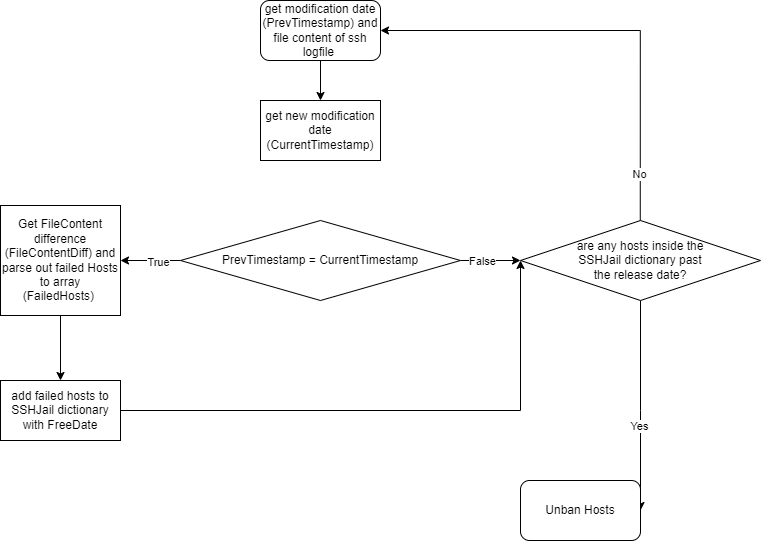
Before: imgs/flowchart.png, a diagram exported from draw.io (menaruben/Fail2Ban.py). Source tidied: cells renumbered, new cells last; positions are measured from the earlier drawing's top-left corner, leaving out a move shared by most shapes. Source of this version:
```xml
<mxGraphModel>
  <root>
    <mxCell id="0" />
    <mxCell id="1" parent="0" />
    <mxCell id="2" style="edgeStyle=orthogonalEdgeStyle;rounded=0;jettySize=auto;html=1;entryX=0.5;entryY=0;entryDx=0;entryDy=0;" parent="1" edge="1" source="3">
      <mxGeometry relative="1" as="geometry">
        <mxPoint x="320" y="100" as="targetPoint" />
      </mxGeometry>
    </mxCell>
    <mxCell id="3" value="get modification date (PrevTimestamp) and file content of ssh logfile&amp;nbsp;" style="rounded=1;whiteSpace=wrap;html=1;" parent="1" vertex="1">
      <mxGeometry x="260" width="120" height="60" as="geometry" />
    </mxCell>
    <mxCell id="4" value="get new modification date (CurrentTimestamp)" style="rounded=0;whiteSpace=wrap;html=1;" parent="1" vertex="1">
      <mxGeometry x="260" y="100" width="120" height="60" as="geometry" />
    </mxCell>
    <mxCell id="5" style="edgeStyle=orthogonalEdgeStyle;rounded=0;jettySize=auto;html=1;entryX=1;entryY=0.5;entryDx=0;entryDy=0;" parent="1" edge="1" source="9" target="11">
      <mxGeometry relative="1" as="geometry" />
    </mxCell>
    <mxCell id="6" value="True" style="edgeLabel;html=1;align=center;verticalAlign=middle;" parent="5" vertex="1">
      <mxGeometry x="-0.23" y="1" relative="1" as="geometry" />
    </mxCell>
    <mxCell id="7" style="edgeStyle=orthogonalEdgeStyle;rounded=0;jettySize=auto;html=1;entryX=0;entryY=0.5;entryDx=0;entryDy=0;" parent="1" edge="1" source="9">
      <mxGeometry relative="1" as="geometry">
        <mxPoint x="520" y="260" as="targetPoint" />
      </mxGeometry>
    </mxCell>
    <mxCell id="8" value="False" style="edgeLabel;html=1;align=center;verticalAlign=middle;" parent="7" vertex="1">
      <mxGeometry x="-0.31" relative="1" as="geometry" />
    </mxCell>
    <mxCell id="9" value="PrevTimestamp = CurrentTimestamp" style="rhombus;whiteSpace=wrap;html=1;" parent="1" vertex="1">
      <mxGeometry x="180" y="220" width="280" height="80" as="geometry" />
    </mxCell>
    <mxCell id="10" style="edgeStyle=orthogonalEdgeStyle;rounded=0;jettySize=auto;html=1;entryX=0.5;entryY=0;entryDx=0;entryDy=0;" parent="1" edge="1" source="11" target="19">
      <mxGeometry relative="1" as="geometry" />
    </mxCell>
    <mxCell id="11" value="Get FileContent difference (FileContentDiff) and parse out failed Hosts to array (FailedHosts)&amp;nbsp;" style="rounded=0;whiteSpace=wrap;html=1;" parent="1" vertex="1">
      <mxGeometry y="205" width="120" height="110" as="geometry" />
    </mxCell>
    <mxCell id="12" style="edgeStyle=orthogonalEdgeStyle;rounded=0;jettySize=auto;html=1;entryX=1;entryY=0.5;entryDx=0;entryDy=0;exitX=0.499;exitY=0.016;exitDx=0;exitDy=0;exitPerimeter=0;" parent="1" edge="1" source="16" target="3">
      <mxGeometry relative="1" as="geometry">
        <Array as="points">
          <mxPoint x="640" y="30" />
        </Array>
      </mxGeometry>
    </mxCell>
    <mxCell id="13" value="No" style="edgeLabel;html=1;align=center;verticalAlign=middle;" parent="12" vertex="1">
      <mxGeometry x="-0.79" y="1" relative="1" as="geometry" />
    </mxCell>
    <mxCell id="14" style="edgeStyle=orthogonalEdgeStyle;rounded=0;jettySize=auto;html=1;entryX=1;entryY=0.5;entryDx=0;entryDy=0;" parent="1" edge="1" source="16" target="17">
      <mxGeometry relative="1" as="geometry">
        <Array as="points">
          <mxPoint x="640" y="410" />
        </Array>
      </mxGeometry>
    </mxCell>
    <mxCell id="15" value="Yes" style="edgeLabel;html=1;align=center;verticalAlign=middle;" parent="14" vertex="1">
      <mxGeometry x="0.19" y="-2" relative="1" as="geometry" />
    </mxCell>
    <mxCell id="16" value="are any hosts inside the &lt;br&gt;SSHJail dictionary past &lt;br&gt;the release date?" style="rhombus;whiteSpace=wrap;html=1;" parent="1" vertex="1">
      <mxGeometry x="520" y="220" width="240" height="80" as="geometry" />
    </mxCell>
    <mxCell id="17" value="Unban Hosts" style="rounded=1;whiteSpace=wrap;html=1;" parent="1" vertex="1">
      <mxGeometry x="520" y="480" width="120" height="60" as="geometry" />
    </mxCell>
    <mxCell id="18" style="edgeStyle=orthogonalEdgeStyle;rounded=0;jettySize=auto;html=1;entryX=0;entryY=0.5;entryDx=0;entryDy=0;" parent="1" edge="1" source="19" target="16">
      <mxGeometry relative="1" as="geometry">
        <Array as="points">
          <mxPoint x="520" y="410" />
        </Array>
      </mxGeometry>
    </mxCell>
    <mxCell id="19" value="add failed hosts to SSHJail dictionary with FreeDate" style="rounded=0;whiteSpace=wrap;html=1;" parent="1" vertex="1">
      <mxGeometry y="380" width="120" height="60" as="geometry" />
    </mxCell>
  </root>
</mxGraphModel>
```
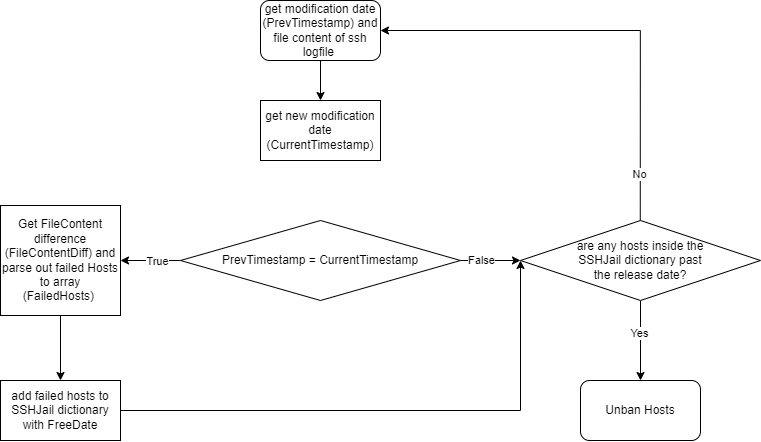
Above is the later version.

The edit, as a diff of the source:
```diff
@@ -46,21 +46,17 @@
     <mxCell id="13" value="No" style="edgeLabel;html=1;align=center;verticalAlign=middle;" parent="12" vertex="1">
       <mxGeometry x="-0.79" y="1" relative="1" as="geometry" />
     </mxCell>
-    <mxCell id="14" style="edgeStyle=orthogonalEdgeStyle;rounded=0;jettySize=auto;html=1;entryX=1;entryY=0.5;entryDx=0;entryDy=0;" parent="1" edge="1" source="16" target="17">
-      <mxGeometry relative="1" as="geometry">
-        <Array as="points">
-          <mxPoint x="640" y="410" />
-        </Array>
-      </mxGeometry>
+    <mxCell id="14" style="edgeStyle=orthogonalEdgeStyle;rounded=0;jettySize=auto;html=1;entryX=0.5;entryY=0;entryDx=0;entryDy=0;" parent="1" edge="1" source="16" target="17">
+      <mxGeometry relative="1" as="geometry" />
     </mxCell>
     <mxCell id="15" value="Yes" style="edgeLabel;html=1;align=center;verticalAlign=middle;" parent="14" vertex="1">
-      <mxGeometry x="0.19" y="-2" relative="1" as="geometry" />
+      <mxGeometry x="-0.19" y="-1" relative="1" as="geometry" />
     </mxCell>
     <mxCell id="16" value="are any hosts inside the &lt;br&gt;SSHJail dictionary past &lt;br&gt;the release date?" style="rhombus;whiteSpace=wrap;html=1;" parent="1" vertex="1">
       <mxGeometry x="520" y="220" width="240" height="80" as="geometry" />
     </mxCell>
     <mxCell id="17" value="Unban Hosts" style="rounded=1;whiteSpace=wrap;html=1;" parent="1" vertex="1">
-      <mxGeometry x="520" y="480" width="120" height="60" as="geometry" />
+      <mxGeometry x="580" y="380" width="120" height="60" as="geometry" />
     </mxCell>
     <mxCell id="18" style="edgeStyle=orthogonalEdgeStyle;rounded=0;jettySize=auto;html=1;entryX=0;entryY=0.5;entryDx=0;entryDy=0;" parent="1" edge="1" source="19" target="16">
       <mxGeometry relative="1" as="geometry">
```
